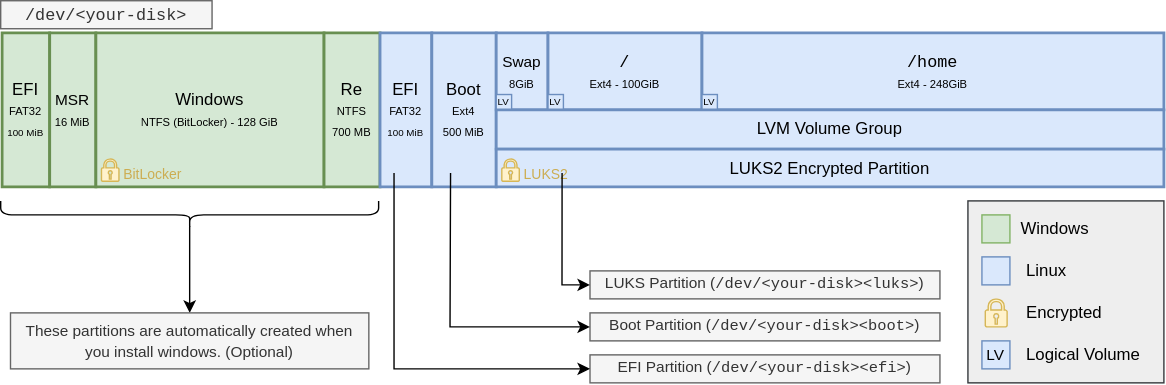
Earlier version of the draw.io export docs/disk-partitions.svg (mjnaderi/dotfiles). Source tidied: cells renumbered, new cells last; positions are measured from the earlier drawing's top-left corner, leaving out a move shared by most shapes.
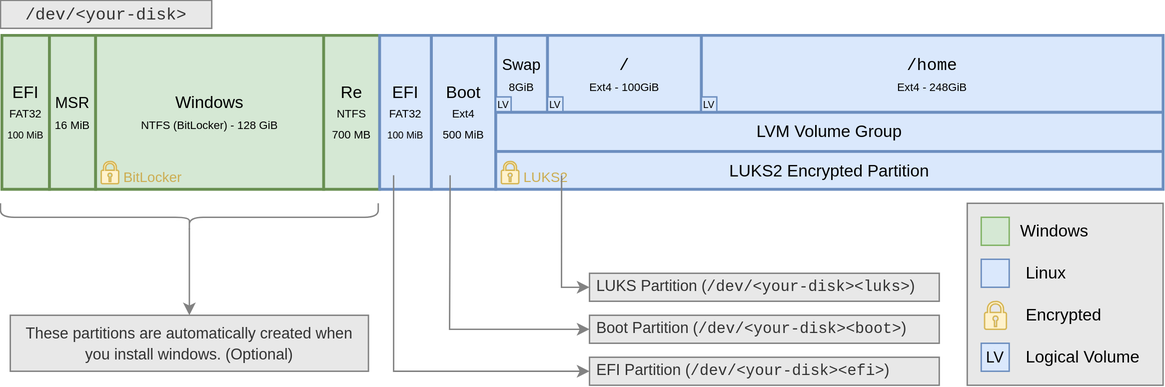
Above is the later version.

Commit message:
Add disk partitions diagram

Change to the diagram source:
```diff
@@ -2,7 +2,7 @@
   <root>
     <mxCell id="0" />
     <mxCell id="1" parent="0" />
-    <mxCell id="2" style="rounded=0;whiteSpace=wrap;html=1;fillColor=#eeeeee;strokeColor=#36393d;imageAspect=1;fontFamily=sans-serif;" parent="1" vertex="1">
+    <mxCell id="2" style="rounded=0;whiteSpace=wrap;html=1;fillColor=#E8E8E8;strokeColor=#828282;imageAspect=1;fontFamily=sans-serif;" parent="1" vertex="1">
       <mxGeometry x="691" y="143" width="140" height="130" as="geometry" />
     </mxCell>
     <mxCell id="3" value="Logical Volume" style="rounded=0;whiteSpace=wrap;html=1;align=left;strokeColor=none;fillColor=none;fontFamily=sans-serif;" parent="2" vertex="1">
@@ -95,16 +95,16 @@
     <mxCell id="32" value="LUKS2" style="rounded=0;whiteSpace=wrap;html=1;align=left;strokeColor=none;fillColor=none;fontColor=#CCAD52;fontSize=10;fontFamily=sans-serif;" parent="30" vertex="1">
       <mxGeometry x="18.5" y="11.5" width="31.5" height="13" as="geometry" />
     </mxCell>
-    <mxCell id="33" value="EFI Partition (&lt;font style=&quot;font-size: 11px;&quot; face=&quot;monospace&quot;&gt;/dev/&amp;lt;your-disk&amp;gt;&amp;lt;efi&amp;gt;&lt;/font&gt;)" style="rounded=0;whiteSpace=wrap;html=1;strokeColor=#666666;fillColor=#f5f5f5;fontColor=#333333;fontFamily=sans-serif;fontSize=11;" parent="1" vertex="1">
+    <mxCell id="33" value="&amp;nbsp;EFI Partition (&lt;font style=&quot;font-size: 11px;&quot; face=&quot;monospace&quot;&gt;/dev/&amp;lt;your-disk&amp;gt;&amp;lt;efi&amp;gt;&lt;/font&gt;)" style="rounded=0;whiteSpace=wrap;html=1;strokeColor=#828282;fillColor=#E8E8E8;fontColor=#333333;fontFamily=sans-serif;fontSize=11;align=left;" parent="1" vertex="1">
       <mxGeometry x="421" y="253" width="250" height="20" as="geometry" />
     </mxCell>
-    <mxCell id="34" value="Boot Partition (&lt;font style=&quot;font-size: 11px;&quot; face=&quot;monospace&quot;&gt;/dev/&amp;lt;your-disk&amp;gt;&amp;lt;boot&amp;gt;&lt;/font&gt;)" style="rounded=0;whiteSpace=wrap;html=1;strokeColor=#666666;fillColor=#f5f5f5;fontColor=#333333;fontFamily=sans-serif;fontSize=11;" parent="1" vertex="1">
+    <mxCell id="34" value="&amp;nbsp;Boot Partition (&lt;font style=&quot;font-size: 11px;&quot; face=&quot;monospace&quot;&gt;/dev/&amp;lt;your-disk&amp;gt;&amp;lt;boot&amp;gt;&lt;/font&gt;)" style="rounded=0;whiteSpace=wrap;html=1;strokeColor=#828282;fillColor=#E8E8E8;fontColor=#333333;fontFamily=sans-serif;fontSize=11;align=left;" parent="1" vertex="1">
       <mxGeometry x="421" y="223" width="250" height="20" as="geometry" />
     </mxCell>
-    <mxCell id="35" value="LUKS Partition (&lt;font face=&quot;monospace&quot; style=&quot;font-size: 11px;&quot;&gt;/dev/&amp;lt;your-disk&amp;gt;&amp;lt;luks&amp;gt;&lt;/font&gt;)" style="rounded=0;whiteSpace=wrap;html=1;strokeColor=#666666;fillColor=#f5f5f5;fontColor=#333333;fontFamily=sans-serif;fontSize=11;" parent="1" vertex="1">
+    <mxCell id="35" value="&amp;nbsp;LUKS Partition (&lt;font face=&quot;monospace&quot; style=&quot;font-size: 11px;&quot;&gt;/dev/&amp;lt;your-disk&amp;gt;&amp;lt;luks&amp;gt;&lt;/font&gt;)" style="rounded=0;whiteSpace=wrap;html=1;strokeColor=#828282;fillColor=#E8E8E8;fontColor=#333333;fontFamily=sans-serif;fontSize=11;align=left;" parent="1" vertex="1">
       <mxGeometry x="421" y="193" width="250" height="20" as="geometry" />
     </mxCell>
-    <mxCell id="36" style="endArrow=classic;html=1;rounded=0;entryX=0;entryY=0.5;entryDx=0;entryDy=0;fontFamily=sans-serif;" parent="1" edge="1" target="33">
+    <mxCell id="36" style="endArrow=classic;html=1;rounded=0;entryX=0;entryY=0.5;entryDx=0;entryDy=0;fontFamily=sans-serif;shadow=0;strokeColor=#828282;" parent="1" edge="1" target="33">
       <mxGeometry relative="1" as="geometry">
         <mxPoint x="281" y="123" as="sourcePoint" />
         <Array as="points">
@@ -112,30 +112,30 @@
         </Array>
       </mxGeometry>
     </mxCell>
-    <mxCell id="37" style="endArrow=classic;html=1;rounded=0;entryX=0;entryY=0.5;entryDx=0;entryDy=0;exitX=0.386;exitY=1.818;exitDx=0;exitDy=0;exitPerimeter=0;fontFamily=sans-serif;" parent="1" edge="1" source="12" target="34">
+    <mxCell id="37" style="endArrow=classic;html=1;rounded=0;entryX=0;entryY=0.5;entryDx=0;entryDy=0;exitX=0.386;exitY=1.818;exitDx=0;exitDy=0;exitPerimeter=0;fontFamily=sans-serif;shadow=0;strokeColor=#828282;" parent="1" edge="1" source="12" target="34">
       <mxGeometry relative="1" as="geometry">
         <Array as="points">
           <mxPoint x="321" y="233" />
         </Array>
       </mxGeometry>
     </mxCell>
-    <mxCell id="38" style="endArrow=classic;html=1;rounded=0;entryX=0;entryY=0.5;entryDx=0;entryDy=0;exitX=0.482;exitY=0.63;exitDx=0;exitDy=0;exitPerimeter=0;fontFamily=sans-serif;" parent="1" edge="1" source="29" target="35">
+    <mxCell id="38" style="endArrow=classic;html=1;rounded=0;entryX=0;entryY=0.5;entryDx=0;entryDy=0;exitX=0.482;exitY=0.63;exitDx=0;exitDy=0;exitPerimeter=0;fontFamily=sans-serif;shadow=0;strokeColor=#828282;" parent="1" edge="1" source="29" target="35">
       <mxGeometry relative="1" as="geometry">
         <Array as="points">
           <mxPoint x="401" y="203" />
         </Array>
       </mxGeometry>
     </mxCell>
-    <mxCell id="39" value="&lt;font face=&quot;monospace&quot;&gt;/dev/&amp;lt;your-disk&amp;gt;&lt;/font&gt;" style="rounded=0;whiteSpace=wrap;html=1;strokeColor=#666666;fillColor=#f5f5f5;fontColor=#333333;fontFamily=sans-serif;align=center;" parent="1" vertex="1">
-      <mxGeometry width="151" height="20" as="geometry" />
+    <mxCell id="39" value="&lt;font face=&quot;monospace&quot;&gt;/dev/&amp;lt;your-disk&amp;gt;&lt;/font&gt;" style="rounded=0;whiteSpace=wrap;html=1;strokeColor=#828282;fillColor=#E8E8E8;fontColor=#333333;fontFamily=sans-serif;align=center;" parent="1" vertex="1">
+      <mxGeometry y="-2" width="151" height="20" as="geometry" />
     </mxCell>
-    <mxCell id="40" style="edgeStyle=orthogonalEdgeStyle;rounded=0;jettySize=auto;html=1;exitX=0.1;exitY=0.5;exitDx=0;exitDy=0;exitPerimeter=0;entryX=0.5;entryY=0;entryDx=0;entryDy=0;fontFamily=sans-serif;" parent="1" edge="1" source="41" target="42">
+    <mxCell id="40" style="edgeStyle=orthogonalEdgeStyle;rounded=0;jettySize=auto;html=1;exitX=0.1;exitY=0.5;exitDx=0;exitDy=0;exitPerimeter=0;entryX=0.5;entryY=0;entryDx=0;entryDy=0;fontFamily=sans-serif;shadow=0;strokeColor=#828282;" parent="1" edge="1" source="41" target="42">
       <mxGeometry relative="1" as="geometry" />
     </mxCell>
-    <mxCell id="41" style="shape=curlyBracket;whiteSpace=wrap;html=1;rounded=1;flipH=1;labelPosition=right;verticalLabelPosition=middle;align=left;verticalAlign=middle;rotation=90;fontFamily=sans-serif;" parent="1" vertex="1">
+    <mxCell id="41" style="shape=curlyBracket;whiteSpace=wrap;html=1;rounded=1;flipH=1;labelPosition=right;verticalLabelPosition=middle;align=left;verticalAlign=middle;rotation=90;fontFamily=sans-serif;shadow=0;strokeColor=#828282;" parent="1" vertex="1">
       <mxGeometry x="125" y="18" width="20" height="270" as="geometry" />
     </mxCell>
-    <mxCell id="42" value="&lt;font style=&quot;font-size: 11px;&quot;&gt;These partitions are automatically created when you install windows. (Optional)&lt;/font&gt;" style="rounded=0;whiteSpace=wrap;html=1;strokeColor=#666666;fillColor=#f5f5f5;fontColor=#333333;fontFamily=sans-serif;" parent="1" vertex="1">
+    <mxCell id="42" value="&lt;font style=&quot;font-size: 11px;&quot;&gt;These partitions are automatically created when you install windows. (Optional)&lt;/font&gt;" style="rounded=0;whiteSpace=wrap;html=1;strokeColor=#828282;fillColor=#E8E8E8;fontColor=#333333;fontFamily=sans-serif;" parent="1" vertex="1">
       <mxGeometry x="7" y="223" width="256" height="40" as="geometry" />
     </mxCell>
   </root>
```
